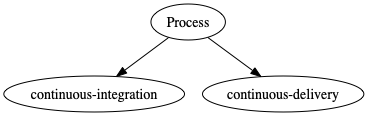
This is images/microservices-process-roadmap.gv.png from emmanuelneri/microservices-roadmap, a Graphviz export, as it was before one commit. Its source is kept beside it as images/microservices-process-roadmap.gv.
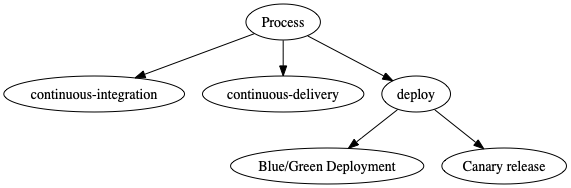
After the change.

What changed in the source:
```diff
@@ -2,4 +2,10 @@
 	process [label=Process]
 	process -> "continuous-integration"
 	process -> "continuous-delivery"
+	process -> deploy
+	deploy [label=deploy]
+	"blue-green-deployment" [label="Blue/Green Deployment"]
+	"canary-release" [label="Canary release"]
+	deploy -> "blue-green-deployment"
+	deploy -> "canary-release"
 }
```
